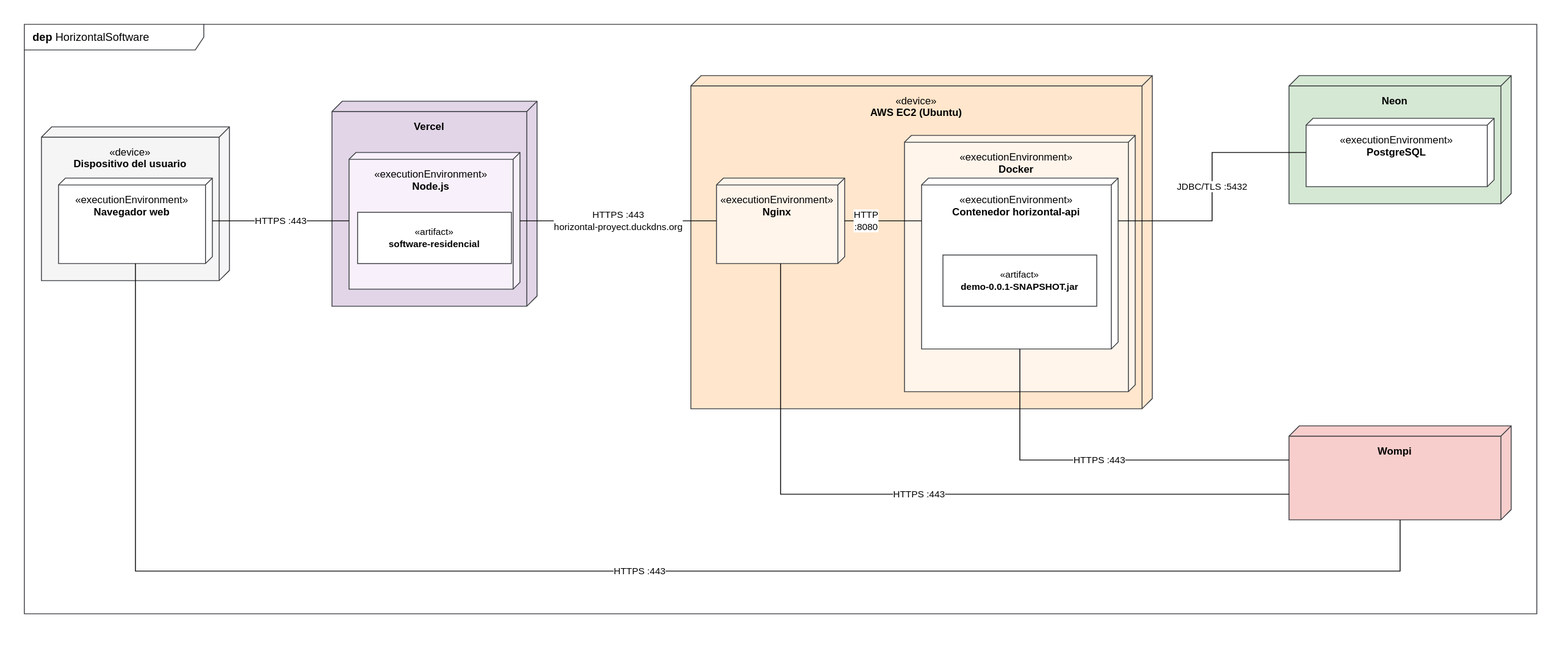
This is Diagramas/Despliegue/despliegue.drawio.svg from manuel20051208/HorizontalSoftware-Back-End, a draw.io export, as it was before one commit. Source tidied: cells renumbered, new cells last; positions are measured from the earlier drawing's top-left corner, leaving out a move shared by most shapes.
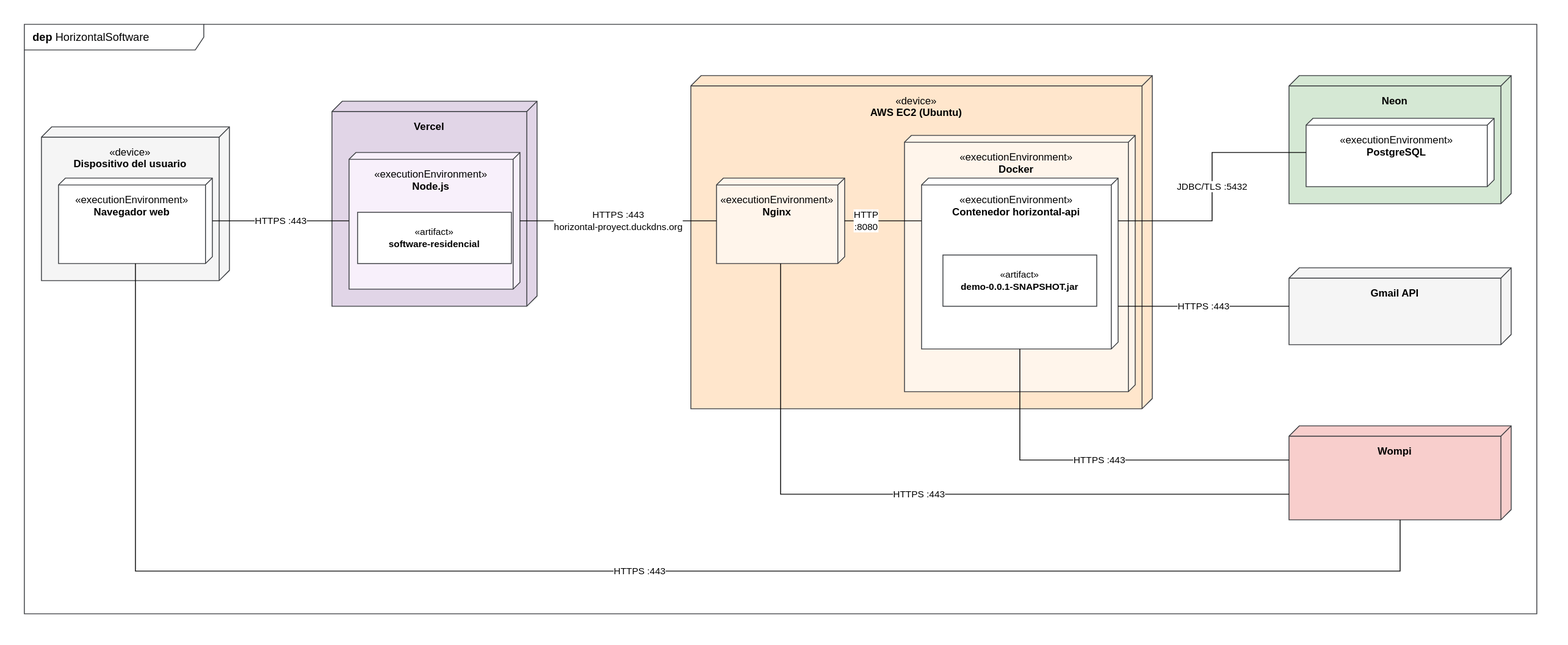
The same diagram one commit later.

The edit, as a diff of the source:
```diff
@@ -44,6 +44,9 @@
     <mxCell id="15" value="&lt;b&gt;Wompi&lt;/b&gt;" style="shape=cube;size=12;direction=south;html=1;whiteSpace=wrap;boundedLbl=1;verticalAlign=top;align=center;spacingTop=4;fontSize=12;strokeColor=#36393d;fillColor=#f8cecc;" parent="1" vertex="1">
       <mxGeometry x="1480" y="470" width="260" height="110" as="geometry" />
     </mxCell>
+    <mxCell id="23" value="&lt;b&gt;Gmail API&lt;/b&gt;" style="shape=cube;size=12;direction=south;html=1;whiteSpace=wrap;boundedLbl=1;verticalAlign=top;align=center;spacingTop=4;fontSize=12;strokeColor=#36393d;fillColor=#f5f5f5;" parent="1" vertex="1">
+      <mxGeometry x="1480" y="285" width="260" height="90" as="geometry" />
+    </mxCell>
     <mxCell id="16" value="HTTPS :443" style="edgeStyle=orthogonalEdgeStyle;rounded=0;html=1;endArrow=none;startArrow=none;strokeColor=#000000;fontSize=11;labelBackgroundColor=#ffffff;exitX=0.5;exitY=0;exitDx=0;exitDy=0;entryX=0.5;entryY=1;entryDx=0;entryDy=0;" parent="1" edge="1" source="4" target="6">
       <mxGeometry relative="1" as="geometry" />
     </mxCell>
@@ -61,6 +64,9 @@
         </Array>
       </mxGeometry>
     </mxCell>
+    <mxCell id="24" value="HTTPS :443" style="edgeStyle=orthogonalEdgeStyle;rounded=0;html=1;endArrow=none;startArrow=none;strokeColor=#000000;fontSize=11;labelBackgroundColor=#ffffff;exitX=0.75;exitY=0;exitDx=0;exitDy=0;entryX=0.5;entryY=1;entryDx=0;entryDy=0;" parent="1" edge="1" source="11" target="23">
+      <mxGeometry relative="1" as="geometry" />
+    </mxCell>
     <mxCell id="20" value="HTTPS :443" style="edgeStyle=orthogonalEdgeStyle;rounded=0;html=1;endArrow=none;startArrow=none;strokeColor=#000000;fontSize=11;labelBackgroundColor=#ffffff;exitX=1;exitY=0.5;exitDx=0;exitDy=0;entryX=0.3636;entryY=1;entryDx=0;entryDy=0;" parent="1" edge="1" source="11" target="15">
       <mxGeometry relative="1" as="geometry">
         <Array as="points">
```
